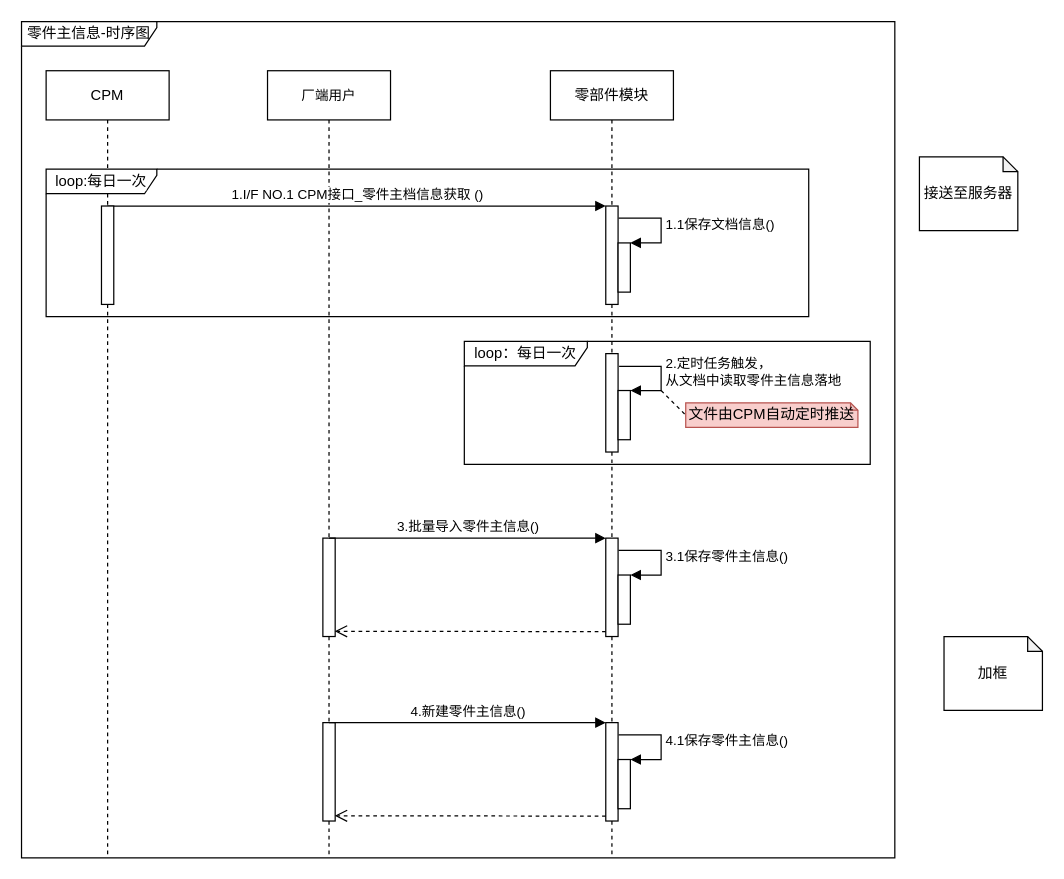
Earlier version of the draw.io diagram page "时序图" (1 of 4) of 零件主信息.drawio (1132489442/gitRepository1). Source tidied: cells renumbered, new cells numbered last; positions are measured from the earlier drawing's top-left corner, leaving out a move shared by most shapes. Both pictures are drawn from the tidied source at 123%, with x=0, y=0 at pixel (21, 21).
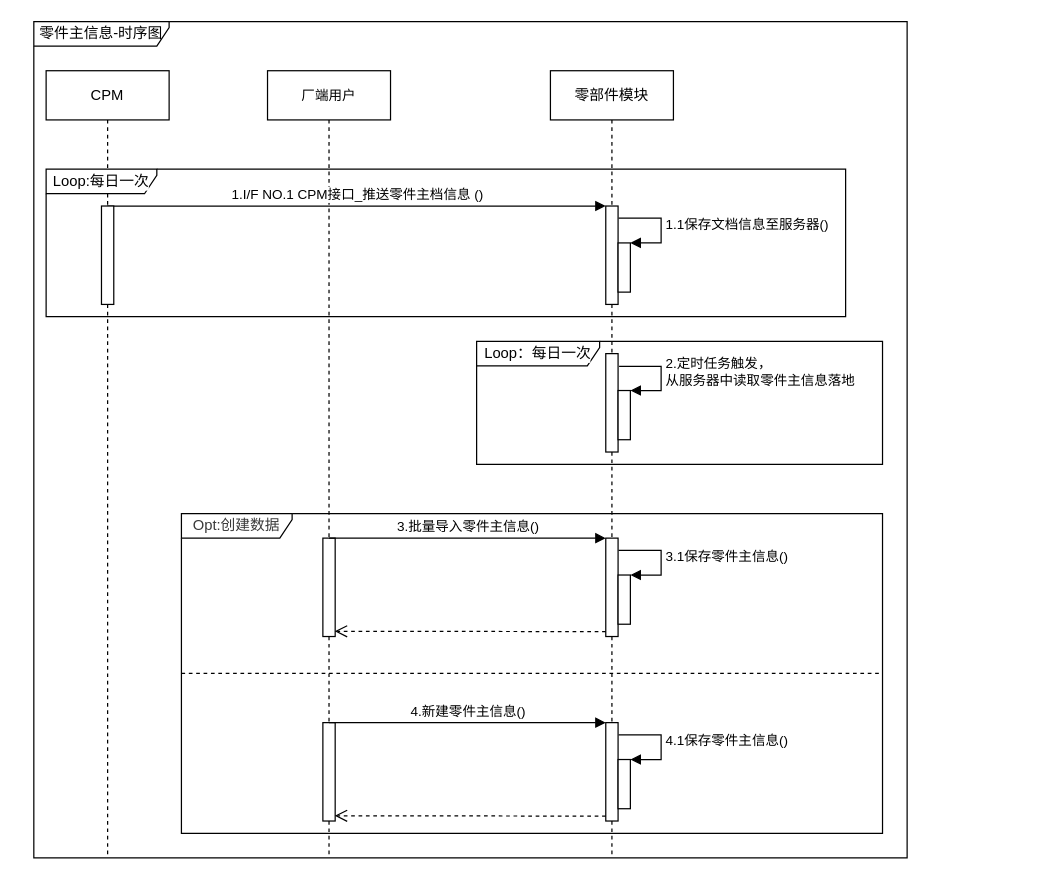
Above is the later version.

The change refers to these unchanged cells:
```xml
<mxCell id="2" value="零部件模块" style="shape=umlLifeline;perimeter=lifelinePerimeter;whiteSpace=wrap;html=1;" parent="1" vertex="1">
  <mxGeometry x="430" y="40" width="100" height="640" as="geometry" />
</mxCell>
<mxCell id="3" style="html=1;points=[];perimeter=orthogonalPerimeter;" parent="2" vertex="1">
  <mxGeometry x="45" y="230" width="10" height="80" as="geometry" />
</mxCell>
<mxCell id="4" style="html=1;points=[];perimeter=orthogonalPerimeter;" parent="2" vertex="1">
  <mxGeometry x="55" y="260" width="10" height="40" as="geometry" />
</mxCell>
<mxCell id="22" style="html=1;points=[];perimeter=orthogonalPerimeter;" parent="1" vertex="1">
  <mxGeometry x="475" y="150" width="10" height="80" as="geometry" />
</mxCell>
<mxCell id="23" style="html=1;points=[];perimeter=orthogonalPerimeter;" parent="1" vertex="1">
  <mxGeometry x="485" y="180" width="10" height="40" as="geometry" />
</mxCell>
<mxCell id="26" value="CPM" style="shape=umlLifeline;perimeter=lifelinePerimeter;whiteSpace=wrap;html=1;outlineConnect=0;labelBackgroundColor=#FFFFFF;fillColor=#FFFFFF;" parent="1" vertex="1">
  <mxGeometry x="20" y="40" width="100" height="640" as="geometry" />
</mxCell>
```

The edit, as a diff of the source:
```diff
@@
-    <mxCell id="5" value="2.定时任务触发，&lt;br&gt;从文档中读取零件主信息落地" style="edgeStyle=orthogonalEdgeStyle;html=1;align=left;spacingLeft=2;endArrow=block;rounded=0;entryX=1;entryY=0;exitX=1.083;exitY=0.13;exitDx=0;exitDy=0;exitPerimeter=0;" parent="2" edge="1" source="3" target="4">
+    <mxCell id="5" value="2.定时任务触发，&lt;br&gt;从服务器中读取零件主信息落地" style="edgeStyle=orthogonalEdgeStyle;html=1;align=left;spacingLeft=2;endArrow=block;rounded=0;entryX=1;entryY=0;exitX=1.083;exitY=0.13;exitDx=0;exitDy=0;exitPerimeter=0;" parent="2" edge="1" source="3" target="4">
       <mxGeometry relative="1" as="geometry">
         <Array as="points">
           <mxPoint x="90" y="240" />
           <mxPoint x="90" y="260" />
         </Array>
       </mxGeometry>
     </mxCell>
@@
-    <mxCell id="11" value="文件由CPM自动定时推送" style="shape=note;whiteSpace=wrap;html=1;backgroundOutline=1;darkOpacity=0.05;size=6;fillColor=#f8cecc;strokeColor=#b85450;" parent="1" vertex="1">
-      <mxGeometry x="540" y="310" width="140" height="20" as="geometry" />
-    </mxCell>
-    <mxCell id="12" style="endArrow=none;dashed=1;html=1;rounded=0;entryX=0;entryY=0.5;entryDx=0;entryDy=0;entryPerimeter=0;" parent="1" edge="1" target="11">
-      <mxGeometry relative="1" as="geometry">
-        <mxPoint x="520" y="300" as="sourcePoint" />
-      </mxGeometry>
-    </mxCell>
@@
     <mxCell id="21" value="零件主信息-时序图" style="shape=umlFrame;whiteSpace=wrap;html=1;width=110;height=20;" parent="1" vertex="1">
-      <mxGeometry width="710" height="680" as="geometry" />
+      <mxGeometry x="10" width="710" height="680" as="geometry" />
     </mxCell>
@@
-    <mxCell id="24" value="1.1保存文档信息()" style="edgeStyle=orthogonalEdgeStyle;html=1;align=left;spacingLeft=2;endArrow=block;rounded=0;entryX=1;entryY=0;exitX=1.041;exitY=0.124;exitDx=0;exitDy=0;exitPerimeter=0;" parent="1" edge="1" source="22" target="23">
+    <mxCell id="24" value="1.1保存文档信息至服务器()" style="edgeStyle=orthogonalEdgeStyle;html=1;align=left;spacingLeft=2;endArrow=block;rounded=0;entryX=1;entryY=0;exitX=1.041;exitY=0.124;exitDx=0;exitDy=0;exitPerimeter=0;" parent="1" edge="1" source="22" target="23">
       <mxGeometry relative="1" as="geometry">
         <Array as="points">
           <mxPoint x="520" y="160" />
           <mxPoint x="520" y="180" />
         </Array>
       </mxGeometry>
     </mxCell>
-    <mxCell id="25" value="1.I/F NO.1 CPM接口_零件主档信息获取 ()" style="html=1;verticalAlign=bottom;endArrow=block;entryX=0;entryY=0;rounded=0;" parent="1" edge="1" source="26" target="22">
+    <mxCell id="25" value="1.I/F NO.1 CPM接口_推送零件主档信息 ()" style="html=1;verticalAlign=bottom;endArrow=block;entryX=0;entryY=0;rounded=0;" parent="1" edge="1" source="26" target="22">
       <mxGeometry relative="1" as="geometry" />
     </mxCell>
@@
-    <mxCell id="28" value="loop：每日一次" style="shape=umlFrame;whiteSpace=wrap;html=1;labelBackgroundColor=#FFFFFF;fillColor=#FFFFFF;width=100;height=20;" parent="1" vertex="1">
-      <mxGeometry x="360" y="260" width="330" height="100" as="geometry" />
+    <mxCell id="28" value="Loop：每日一次" style="shape=umlFrame;whiteSpace=wrap;html=1;labelBackgroundColor=#FFFFFF;fillColor=#FFFFFF;width=100;height=20;" parent="1" vertex="1">
+      <mxGeometry x="370" y="260" width="330" height="100" as="geometry" />
     </mxCell>
-    <mxCell id="29" value="loop:每日一次" style="shape=umlFrame;whiteSpace=wrap;html=1;labelBackgroundColor=#FFFFFF;fillColor=#FFFFFF;width=90;height=20;" parent="1" vertex="1">
-      <mxGeometry x="20" y="120" width="620" height="120" as="geometry" />
+    <mxCell id="29" value="Loop:每日一次" style="shape=umlFrame;whiteSpace=wrap;html=1;labelBackgroundColor=#FFFFFF;fillColor=#FFFFFF;width=90;height=20;" parent="1" vertex="1">
+      <mxGeometry x="20" y="120" width="650" height="120" as="geometry" />
     </mxCell>
-    <mxCell id="30" value="接送至服务器" style="shape=note;whiteSpace=wrap;html=1;backgroundOutline=1;darkOpacity=0.05;labelBackgroundColor=#FFFFFF;fillColor=#FFFFFF;size=12;" parent="1" vertex="1">
-      <mxGeometry x="730" y="110" width="80" height="60" as="geometry" />
-    </mxCell>
-    <mxCell id="31" value="加框" style="shape=note;whiteSpace=wrap;html=1;backgroundOutline=1;darkOpacity=0.05;labelBackgroundColor=#FFFFFF;fillColor=#FFFFFF;size=12;" parent="1" vertex="1">
-      <mxGeometry x="750" y="500" width="80" height="60" as="geometry" />
-    </mxCell>
+    <mxCell id="32" value="Opt:创建数据" style="shape=umlFrame;whiteSpace=wrap;html=1;labelBackgroundColor=#FFFFFF;fontColor=#393939;fillColor=#FFFFFF;width=90;height=20;" parent="1" vertex="1">
+      <mxGeometry x="130" y="400" width="570" height="260" as="geometry" />
+    </mxCell>
+    <mxCell id="33" style="line;strokeWidth=1;fillColor=none;align=left;verticalAlign=middle;spacingTop=-1;spacingLeft=3;spacingRight=3;labelPosition=right;labelBackgroundColor=#FFFFFF;fontColor=#393939;dashed=1;" parent="1" vertex="1">
+      <mxGeometry x="130" y="526" width="570" height="8" as="geometry" />
+    </mxCell>
```
